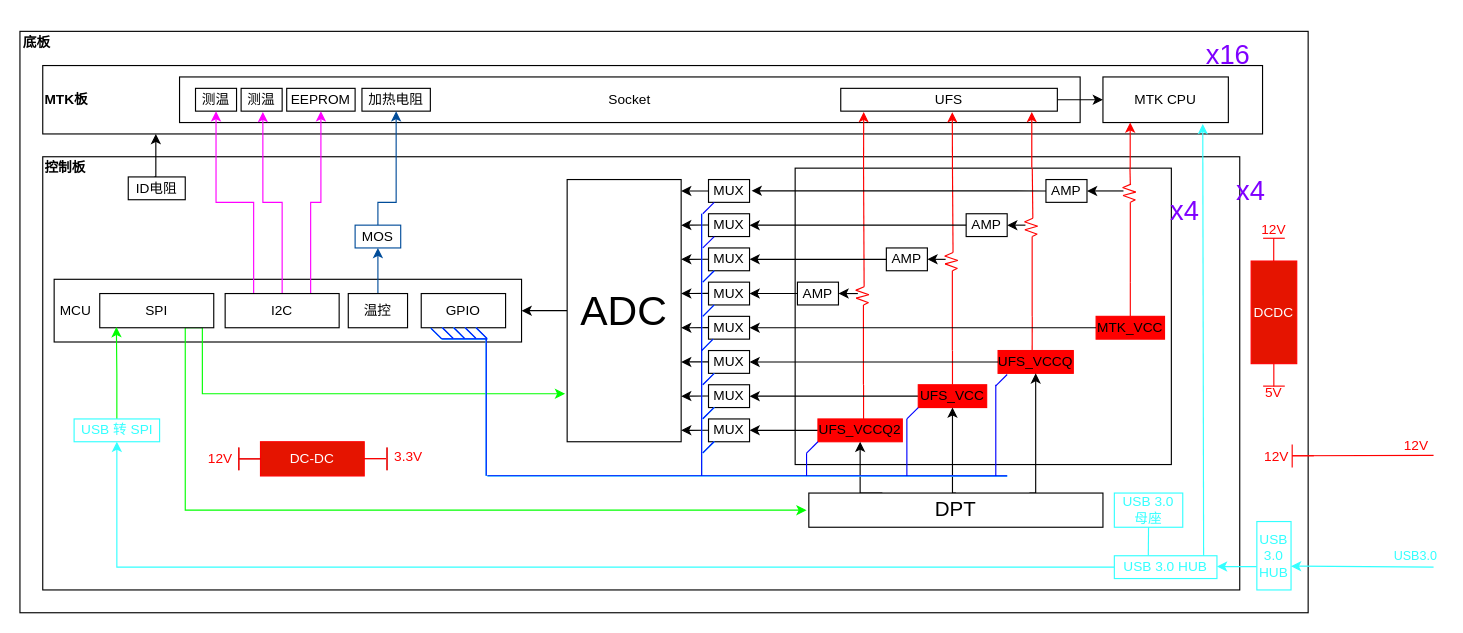
8f67ded9/draw.io keeps this draw.io diagram as draw.io/Untitled Diagram.drawio. Above is the earlier version. Source tidied: cells renumbered, new cells numbered last; positions are measured from the earlier drawing's top-left corner, leaving out a move shared by most shapes. Both pictures are drawn from the tidied source at 114%, with x=0, y=0 at pixel (19, 31).
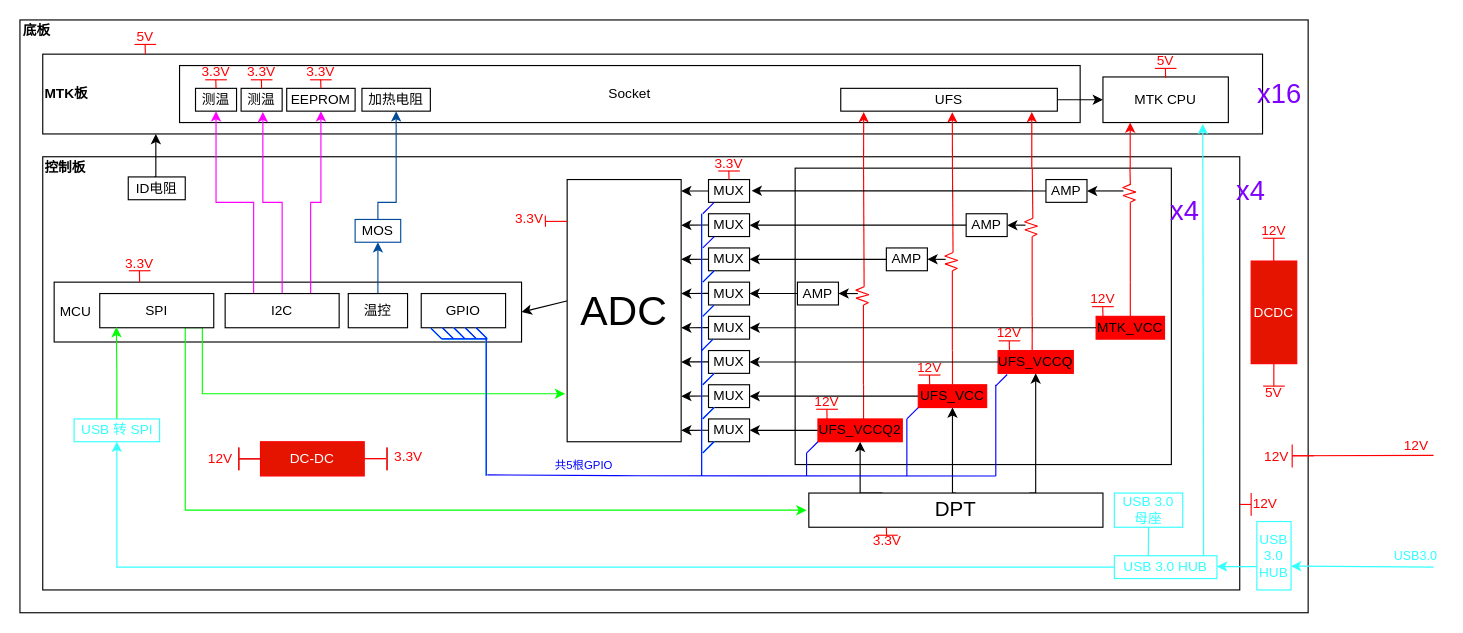
The same diagram, later.

The change refers to these unchanged cells:
```xml
<mxCell id="75" value="&lt;font style=&quot;font-size: 36px&quot;&gt;ADC&lt;/font&gt;" style="rounded=0;whiteSpace=wrap;html=1;" parent="1" vertex="1">
  <mxGeometry x="480" y="130" width="100" height="230" as="geometry" />
</mxCell>
```

Change to the diagram source:
```diff
@@
     <mxCell id="3" style="rounded=0;whiteSpace=wrap;html=1;fontColor=#000000;align=left;" parent="1" vertex="1">
-      <mxGeometry width="1130" height="510" as="geometry" />
+      <mxGeometry y="-10" width="1130" height="520" as="geometry" />
     </mxCell>
@@
     <mxCell id="6" value="&lt;b&gt;MTK板&lt;/b&gt;" style="rounded=0;whiteSpace=wrap;html=1;align=left;" parent="1" vertex="1">
-      <mxGeometry x="20" y="30" width="1070" height="60" as="geometry" />
+      <mxGeometry x="20" y="20" width="1070" height="70" as="geometry" />
     </mxCell>
     <mxCell id="7" value="Socket" style="rounded=0;whiteSpace=wrap;html=1;" parent="1" vertex="1">
-      <mxGeometry x="140" y="40" width="790" height="40" as="geometry" />
+      <mxGeometry x="140" y="30" width="790" height="50" as="geometry" />
     </mxCell>
@@
-    <mxCell id="74" style="edgeStyle=none;rounded=0;jettySize=auto;html=1;exitX=0;exitY=0.5;exitDx=0;exitDy=0;entryX=1;entryY=0.5;entryDx=0;entryDy=0;" parent="1" edge="1" source="75" target="84">
+    <mxCell id="74" style="edgeStyle=none;rounded=0;jettySize=auto;html=1;exitX=0.005;exitY=0.462;exitDx=0;exitDy=0;entryX=1;entryY=0.5;entryDx=0;entryDy=0;exitPerimeter=0;" parent="1" edge="1" source="75" target="84">
       <mxGeometry relative="1" as="geometry" />
     </mxCell>
@@
     <mxCell id="84" value="&amp;nbsp;MCU" style="rounded=0;whiteSpace=wrap;html=1;align=left;" parent="1" vertex="1">
-      <mxGeometry x="30" y="217.5" width="410" height="55" as="geometry" />
+      <mxGeometry x="30" y="220" width="410" height="52.5" as="geometry" />
     </mxCell>
@@
     <mxCell id="96" value="MOS" style="rounded=0;whiteSpace=wrap;html=1;strokeColor=#004C99;" parent="1" vertex="1">
-      <mxGeometry x="294" y="170" width="40" height="20" as="geometry" />
+      <mxGeometry x="294" y="165" width="40" height="20" as="geometry" />
     </mxCell>
@@
     <mxCell id="126" value="底板" style="text;html=1;strokeColor=none;fillColor=none;align=center;verticalAlign=middle;whiteSpace=wrap;rounded=0;fontStyle=1;" parent="1" vertex="1">
-      <mxGeometry width="30" height="20" as="geometry" />
+      <mxGeometry y="-10" width="30" height="20" as="geometry" />
     </mxCell>
@@
     <mxCell id="134" value="&lt;font color=&quot;#7f00ff&quot; style=&quot;font-size: 24px&quot;&gt;x16&lt;/font&gt;" style="text;html=1;strokeColor=none;fillColor=none;align=center;verticalAlign=middle;whiteSpace=wrap;rounded=0;fontColor=#33FFFF;" parent="1" vertex="1">
-      <mxGeometry x="1040" y="11" width="40" height="20" as="geometry" />
+      <mxGeometry x="1085" y="45" width="40" height="20" as="geometry" />
     </mxCell>
@@
     <mxCell id="141" value="12V" style="text;html=1;strokeColor=none;fillColor=none;align=center;verticalAlign=middle;whiteSpace=wrap;rounded=0;fontColor=#FF0000;" parent="1" vertex="1">
-      <mxGeometry x="1090" y="163.5" width="20" height="20" as="geometry" />
+      <mxGeometry x="1090" y="170" width="20" height="10" as="geometry" />
     </mxCell>
@@
-    <mxCell id="149" style="endArrow=none;html=1;fontColor=#33FFFF;strokeColor=#33FFFF;entryX=0.629;entryY=0.737;entryDx=0;entryDy=0;entryPerimeter=0;" parent="1" edge="1">
-      <mxGeometry relative="1" as="geometry">
-        <mxPoint x="410" y="390" as="sourcePoint" />
-        <mxPoint x="866" y="390.1" as="targetPoint" />
-        <Array as="points">
-          <mxPoint x="530.8" y="390" />
-        </Array>
-      </mxGeometry>
-    </mxCell>
@@
-    <mxCell id="172" style="endArrow=none;html=1;fontColor=#33FFFF;strokeColor=#33FFFF;entryX=0.629;entryY=0.737;entryDx=0;entryDy=0;entryPerimeter=0;" parent="1" edge="1">
-      <mxGeometry relative="1" as="geometry">
-        <mxPoint x="410" y="389.8" as="sourcePoint" />
-        <mxPoint x="866" y="389.9" as="targetPoint" />
-        <Array as="points">
-          <mxPoint x="530.8" y="389.8" />
-        </Array>
-      </mxGeometry>
-    </mxCell>
@@
-    <mxCell id="182" style="endArrow=none;html=1;fontColor=#33FFFF;entryX=0.629;entryY=0.737;entryDx=0;entryDy=0;entryPerimeter=0;strokeColor=#0000FF;" parent="1" edge="1">
+    <mxCell id="182" style="endArrow=none;html=1;fontColor=#33FFFF;strokeColor=#0000FF;" parent="1" edge="1">
       <mxGeometry relative="1" as="geometry">
-        <mxPoint x="410" y="389.8" as="sourcePoint" />
-        <mxPoint x="866" y="389.9" as="targetPoint" />
+        <mxPoint x="410" y="389" as="sourcePoint" />
+        <mxPoint x="856" y="390" as="targetPoint" />
         <Array as="points">
           <mxPoint x="530.8" y="389.8" />
         </Array>
       </mxGeometry>
     </mxCell>
@@
+    <mxCell id="196" value="&lt;font style=&quot;font-size: 10px&quot;&gt;共5根GPIO&lt;/font&gt;" style="text;html=1;strokeColor=none;fillColor=none;align=center;verticalAlign=middle;whiteSpace=wrap;rounded=0;fontColor=#0000FF;fontSize=7;" parent="1" vertex="1">
+      <mxGeometry x="420" y="370" width="150" height="20" as="geometry" />
+    </mxCell>
+    <mxCell id="197" style="endArrow=none;html=1;fillColor=#e51400;strokeColor=#FF0000;" parent="1" edge="1">
+      <mxGeometry relative="1" as="geometry">
+        <mxPoint x="105" y="220" as="sourcePoint" />
+        <mxPoint x="104.8" y="210" as="targetPoint" />
+      </mxGeometry>
+    </mxCell>
+    <mxCell id="198" value="3.3V" style="text;html=1;strokeColor=none;fillColor=none;align=center;verticalAlign=middle;whiteSpace=wrap;rounded=0;fontColor=#FF0000;" parent="1" vertex="1">
+      <mxGeometry x="95" y="198.5" width="20" height="10" as="geometry" />
+    </mxCell>
+    <mxCell id="199" style="endArrow=none;html=1;exitX=0;exitY=0.5;exitDx=0;exitDy=0;fillColor=#e51400;strokeColor=#FF0000;" parent="1" edge="1">
+      <mxGeometry relative="1" as="geometry">
+        <mxPoint x="114.5" y="210" as="sourcePoint" />
+        <mxPoint x="95.5" y="210" as="targetPoint" />
+      </mxGeometry>
+    </mxCell>
+    <mxCell id="200" value="12V" style="text;html=1;strokeColor=none;fillColor=none;align=center;verticalAlign=middle;whiteSpace=wrap;rounded=0;fontColor=#FF0000;" parent="1" vertex="1">
+      <mxGeometry x="1080" y="407.5" width="25" height="15" as="geometry" />
+    </mxCell>
+    <mxCell id="201" style="endArrow=none;html=1;fillColor=#e51400;strokeColor=#FF0000;" parent="1" edge="1">
+      <mxGeometry relative="1" as="geometry">
+        <mxPoint x="1080" y="425" as="sourcePoint" />
+        <mxPoint x="1080" y="405" as="targetPoint" />
+      </mxGeometry>
+    </mxCell>
+    <mxCell id="202" style="endArrow=none;html=1;fillColor=#e51400;strokeColor=#FF0000;" parent="1" edge="1">
+      <mxGeometry relative="1" as="geometry">
+        <mxPoint x="1070" y="415" as="sourcePoint" />
+        <mxPoint x="1080" y="415" as="targetPoint" />
+      </mxGeometry>
+    </mxCell>
+    <mxCell id="203" style="endArrow=none;html=1;fillColor=#e51400;strokeColor=#FF0000;" parent="1" edge="1">
+      <mxGeometry relative="1" as="geometry">
+        <mxPoint x="461" y="171.5" as="sourcePoint" />
+        <mxPoint x="460.8" y="161.5" as="targetPoint" />
+      </mxGeometry>
+    </mxCell>
+    <mxCell id="204" value="3.3V" style="text;html=1;strokeColor=none;fillColor=none;align=center;verticalAlign=middle;whiteSpace=wrap;rounded=0;fontColor=#FF0000;" parent="1" vertex="1">
+      <mxGeometry x="437" y="160" width="20" height="10" as="geometry" />
+    </mxCell>
+    <mxCell id="205" style="endArrow=none;html=1;exitX=0;exitY=0.5;exitDx=0;exitDy=0;fillColor=#e51400;strokeColor=#FF0000;" parent="1" edge="1">
+      <mxGeometry relative="1" as="geometry">
+        <mxPoint x="480" y="166.7" as="sourcePoint" />
+        <mxPoint x="461" y="166.7" as="targetPoint" />
+      </mxGeometry>
+    </mxCell>
+    <mxCell id="206" style="endArrow=none;html=1;fillColor=#e51400;strokeColor=#FF0000;" parent="1" edge="1">
+      <mxGeometry relative="1" as="geometry">
+        <mxPoint x="110" y="20" as="sourcePoint" />
+        <mxPoint x="109.8" y="11.5" as="targetPoint" />
+      </mxGeometry>
+    </mxCell>
+    <mxCell id="207" value="5V" style="text;html=1;strokeColor=none;fillColor=none;align=center;verticalAlign=middle;whiteSpace=wrap;rounded=0;fontColor=#FF0000;" parent="1" vertex="1">
+      <mxGeometry x="100" width="20" height="10" as="geometry" />
+    </mxCell>
+    <mxCell id="208" style="endArrow=none;html=1;exitX=0;exitY=0.5;exitDx=0;exitDy=0;fillColor=#e51400;strokeColor=#FF0000;" parent="1" edge="1">
+      <mxGeometry relative="1" as="geometry">
+        <mxPoint x="119.5" y="11.5" as="sourcePoint" />
+        <mxPoint x="100.5" y="11.5" as="targetPoint" />
+      </mxGeometry>
+    </mxCell>
+    <mxCell id="209" style="endArrow=none;html=1;fillColor=#e51400;strokeColor=#FF0000;" parent="1" edge="1">
+      <mxGeometry relative="1" as="geometry">
+        <mxPoint x="172" y="50" as="sourcePoint" />
+        <mxPoint x="171.8" y="42.5" as="targetPoint" />
+      </mxGeometry>
+    </mxCell>
+    <mxCell id="210" value="3.3V" style="text;html=1;strokeColor=none;fillColor=none;align=center;verticalAlign=middle;whiteSpace=wrap;rounded=0;fontColor=#FF0000;" parent="1" vertex="1">
+      <mxGeometry x="162" y="31" width="20" height="10" as="geometry" />
+    </mxCell>
+    <mxCell id="211" style="endArrow=none;html=1;exitX=0;exitY=0.5;exitDx=0;exitDy=0;fillColor=#e51400;strokeColor=#FF0000;" parent="1" edge="1">
+      <mxGeometry relative="1" as="geometry">
+        <mxPoint x="181.5" y="42.5" as="sourcePoint" />
+        <mxPoint x="162.5" y="42.5" as="targetPoint" />
+      </mxGeometry>
+    </mxCell>
+    <mxCell id="212" style="endArrow=none;html=1;fillColor=#e51400;strokeColor=#FF0000;" parent="1" edge="1">
+      <mxGeometry relative="1" as="geometry">
+        <mxPoint x="212" y="50" as="sourcePoint" />
+        <mxPoint x="211.8" y="42.5" as="targetPoint" />
+      </mxGeometry>
+    </mxCell>
+    <mxCell id="213" value="3.3V" style="text;html=1;strokeColor=none;fillColor=none;align=center;verticalAlign=middle;whiteSpace=wrap;rounded=0;fontColor=#FF0000;" parent="1" vertex="1">
+      <mxGeometry x="202" y="31" width="20" height="10" as="geometry" />
+    </mxCell>
+    <mxCell id="214" style="endArrow=none;html=1;exitX=0;exitY=0.5;exitDx=0;exitDy=0;fillColor=#e51400;strokeColor=#FF0000;" parent="1" edge="1">
+      <mxGeometry relative="1" as="geometry">
+        <mxPoint x="221.5" y="42.5" as="sourcePoint" />
+        <mxPoint x="202.5" y="42.5" as="targetPoint" />
+      </mxGeometry>
+    </mxCell>
+    <mxCell id="215" style="endArrow=none;html=1;fillColor=#e51400;strokeColor=#FF0000;" parent="1" edge="1">
+      <mxGeometry relative="1" as="geometry">
+        <mxPoint x="264" y="50" as="sourcePoint" />
+        <mxPoint x="263.8" y="42.5" as="targetPoint" />
+      </mxGeometry>
+    </mxCell>
+    <mxCell id="216" value="3.3V" style="text;html=1;strokeColor=none;fillColor=none;align=center;verticalAlign=middle;whiteSpace=wrap;rounded=0;fontColor=#FF0000;" parent="1" vertex="1">
+      <mxGeometry x="254" y="31" width="20" height="10" as="geometry" />
+    </mxCell>
+    <mxCell id="217" style="endArrow=none;html=1;exitX=0;exitY=0.5;exitDx=0;exitDy=0;fillColor=#e51400;strokeColor=#FF0000;" parent="1" edge="1">
+      <mxGeometry relative="1" as="geometry">
+        <mxPoint x="273.5" y="42.5" as="sourcePoint" />
+        <mxPoint x="254.5" y="42.5" as="targetPoint" />
+      </mxGeometry>
+    </mxCell>
+    <mxCell id="218" style="endArrow=none;html=1;fillColor=#e51400;strokeColor=#FF0000;" parent="1" edge="1">
+      <mxGeometry relative="1" as="geometry">
+        <mxPoint x="622" y="130" as="sourcePoint" />
+        <mxPoint x="621.8" y="122.5" as="targetPoint" />
+      </mxGeometry>
+    </mxCell>
+    <mxCell id="219" value="3.3V" style="text;html=1;strokeColor=none;fillColor=none;align=center;verticalAlign=middle;whiteSpace=wrap;rounded=0;fontColor=#FF0000;" parent="1" vertex="1">
+      <mxGeometry x="612" y="111" width="20" height="10" as="geometry" />
+    </mxCell>
+    <mxCell id="220" style="endArrow=none;html=1;exitX=0;exitY=0.5;exitDx=0;exitDy=0;fillColor=#e51400;strokeColor=#FF0000;" parent="1" edge="1">
+      <mxGeometry relative="1" as="geometry">
+        <mxPoint x="631.5" y="122.5" as="sourcePoint" />
+        <mxPoint x="612.5" y="122.5" as="targetPoint" />
+      </mxGeometry>
+    </mxCell>
+    <mxCell id="221" style="endArrow=none;html=1;fillColor=#e51400;strokeColor=#FF0000;" parent="1" edge="1">
+      <mxGeometry relative="1" as="geometry">
+        <mxPoint x="708" y="340" as="sourcePoint" />
+        <mxPoint x="707.8" y="331.5" as="targetPoint" />
+      </mxGeometry>
+    </mxCell>
+    <mxCell id="222" value="12V" style="text;html=1;strokeColor=none;fillColor=none;align=center;verticalAlign=middle;whiteSpace=wrap;rounded=0;fontColor=#FF0000;" parent="1" vertex="1">
+      <mxGeometry x="698" y="320" width="20" height="10" as="geometry" />
+    </mxCell>
+    <mxCell id="223" style="endArrow=none;html=1;exitX=0;exitY=0.5;exitDx=0;exitDy=0;fillColor=#e51400;strokeColor=#FF0000;" parent="1" edge="1">
+      <mxGeometry relative="1" as="geometry">
+        <mxPoint x="717.5" y="331.5" as="sourcePoint" />
+        <mxPoint x="698.5" y="331.5" as="targetPoint" />
+      </mxGeometry>
+    </mxCell>
+    <mxCell id="224" style="endArrow=none;html=1;fillColor=#e51400;strokeColor=#FF0000;" parent="1" edge="1">
+      <mxGeometry relative="1" as="geometry">
+        <mxPoint x="798" y="310" as="sourcePoint" />
+        <mxPoint x="797.8" y="301.5" as="targetPoint" />
+      </mxGeometry>
+    </mxCell>
+    <mxCell id="225" value="12V" style="text;html=1;strokeColor=none;fillColor=none;align=center;verticalAlign=middle;whiteSpace=wrap;rounded=0;fontColor=#FF0000;" parent="1" vertex="1">
+      <mxGeometry x="788" y="290" width="20" height="10" as="geometry" />
+    </mxCell>
+    <mxCell id="226" style="endArrow=none;html=1;exitX=0;exitY=0.5;exitDx=0;exitDy=0;fillColor=#e51400;strokeColor=#FF0000;" parent="1" edge="1">
+      <mxGeometry relative="1" as="geometry">
+        <mxPoint x="807.5" y="301.5" as="sourcePoint" />
+        <mxPoint x="788.5" y="301.5" as="targetPoint" />
+      </mxGeometry>
+    </mxCell>
+    <mxCell id="227" style="endArrow=none;html=1;fillColor=#e51400;strokeColor=#FF0000;" parent="1" edge="1">
+      <mxGeometry relative="1" as="geometry">
+        <mxPoint x="868" y="280" as="sourcePoint" />
+        <mxPoint x="867.8" y="271.5" as="targetPoint" />
+      </mxGeometry>
+    </mxCell>
+    <mxCell id="228" value="12V" style="text;html=1;strokeColor=none;fillColor=none;align=center;verticalAlign=middle;whiteSpace=wrap;rounded=0;fontColor=#FF0000;" parent="1" vertex="1">
+      <mxGeometry x="858" y="260" width="20" height="10" as="geometry" />
+    </mxCell>
+    <mxCell id="229" style="endArrow=none;html=1;exitX=0;exitY=0.5;exitDx=0;exitDy=0;fillColor=#e51400;strokeColor=#FF0000;" parent="1" edge="1">
+      <mxGeometry relative="1" as="geometry">
+        <mxPoint x="877.5" y="271.5" as="sourcePoint" />
+        <mxPoint x="858.5" y="271.5" as="targetPoint" />
+      </mxGeometry>
+    </mxCell>
+    <mxCell id="230" style="endArrow=none;html=1;fillColor=#e51400;strokeColor=#FF0000;" parent="1" edge="1">
+      <mxGeometry relative="1" as="geometry">
+        <mxPoint x="950" y="250" as="sourcePoint" />
+        <mxPoint x="949.8" y="241.5" as="targetPoint" />
+      </mxGeometry>
+    </mxCell>
+    <mxCell id="231" value="12V" style="text;html=1;strokeColor=none;fillColor=none;align=center;verticalAlign=middle;whiteSpace=wrap;rounded=0;fontColor=#FF0000;" parent="1" vertex="1">
+      <mxGeometry x="940" y="230" width="20" height="10" as="geometry" />
+    </mxCell>
+    <mxCell id="232" style="endArrow=none;html=1;exitX=0;exitY=0.5;exitDx=0;exitDy=0;fillColor=#e51400;strokeColor=#FF0000;" parent="1" edge="1">
+      <mxGeometry relative="1" as="geometry">
+        <mxPoint x="959.5" y="241.5" as="sourcePoint" />
+        <mxPoint x="940.5" y="241.5" as="targetPoint" />
+      </mxGeometry>
+    </mxCell>
+    <mxCell id="233" style="endArrow=none;html=1;fillColor=#e51400;strokeColor=#FF0000;" parent="1" edge="1">
+      <mxGeometry relative="1" as="geometry">
+        <mxPoint x="760.2" y="442.5" as="sourcePoint" />
+        <mxPoint x="760" y="435" as="targetPoint" />
+      </mxGeometry>
+    </mxCell>
+    <mxCell id="234" value="3.3V" style="text;html=1;strokeColor=none;fillColor=none;align=center;verticalAlign=middle;whiteSpace=wrap;rounded=0;fontColor=#FF0000;" parent="1" vertex="1">
+      <mxGeometry x="751" y="442" width="20" height="10" as="geometry" />
+    </mxCell>
+    <mxCell id="235" style="endArrow=none;html=1;exitX=0;exitY=0.5;exitDx=0;exitDy=0;fillColor=#e51400;strokeColor=#FF0000;" parent="1" edge="1">
+      <mxGeometry relative="1" as="geometry">
+        <mxPoint x="770" y="442" as="sourcePoint" />
+        <mxPoint x="751" y="442" as="targetPoint" />
+      </mxGeometry>
+    </mxCell>
+    <mxCell id="236" style="endArrow=none;html=1;fillColor=#e51400;strokeColor=#FF0000;" parent="1" edge="1">
+      <mxGeometry relative="1" as="geometry">
+        <mxPoint x="1005" y="41" as="sourcePoint" />
+        <mxPoint x="1004.8" y="32.5" as="targetPoint" />
+      </mxGeometry>
+    </mxCell>
+    <mxCell id="237" value="5V" style="text;html=1;strokeColor=none;fillColor=none;align=center;verticalAlign=middle;whiteSpace=wrap;rounded=0;fontColor=#FF0000;" parent="1" vertex="1">
+      <mxGeometry x="995" y="21" width="20" height="10" as="geometry" />
+    </mxCell>
+    <mxCell id="238" style="endArrow=none;html=1;exitX=0;exitY=0.5;exitDx=0;exitDy=0;fillColor=#e51400;strokeColor=#FF0000;" parent="1" edge="1">
+      <mxGeometry relative="1" as="geometry">
+        <mxPoint x="1014.5" y="32.5" as="sourcePoint" />
+        <mxPoint x="995.5" y="32.5" as="targetPoint" />
+      </mxGeometry>
+    </mxCell>
```
